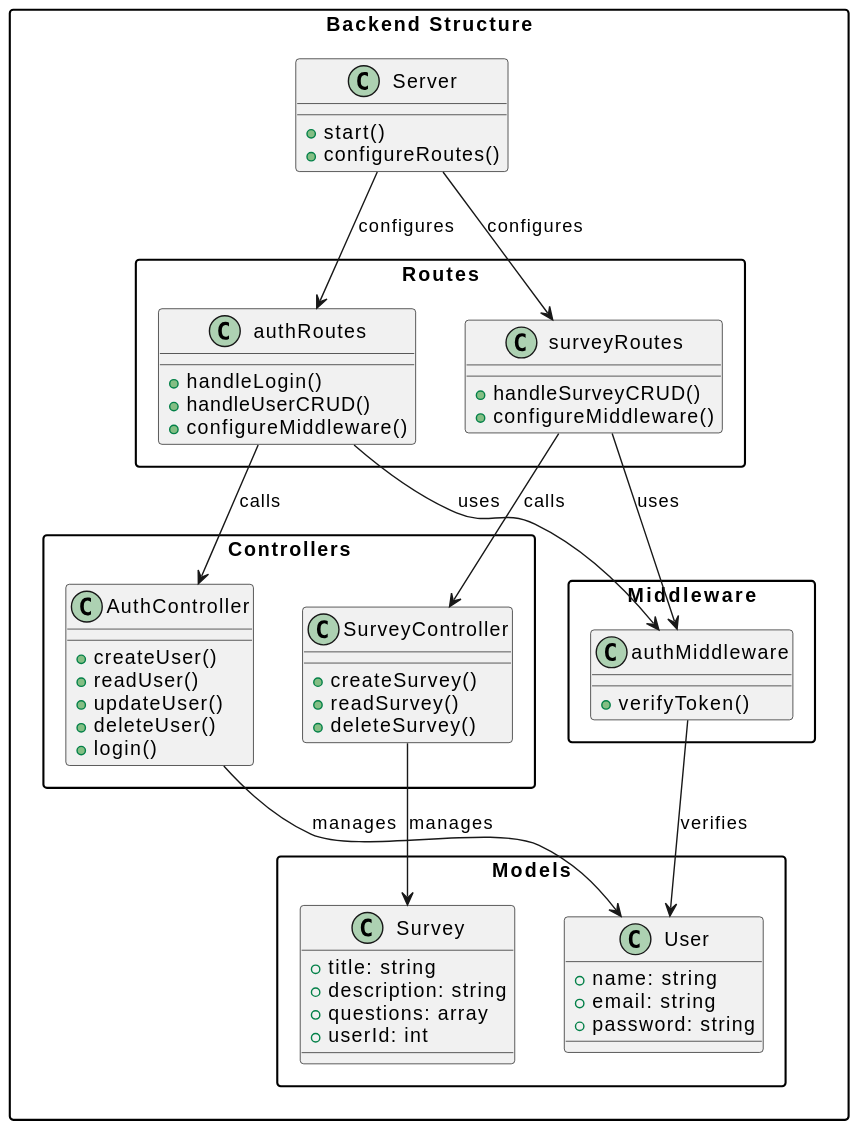
This is diagrams/SVG/backendDiagram.svg from AlejaandroRubio/sistema_de_calidad_docente, a PlantUML export, as it was before one commit.
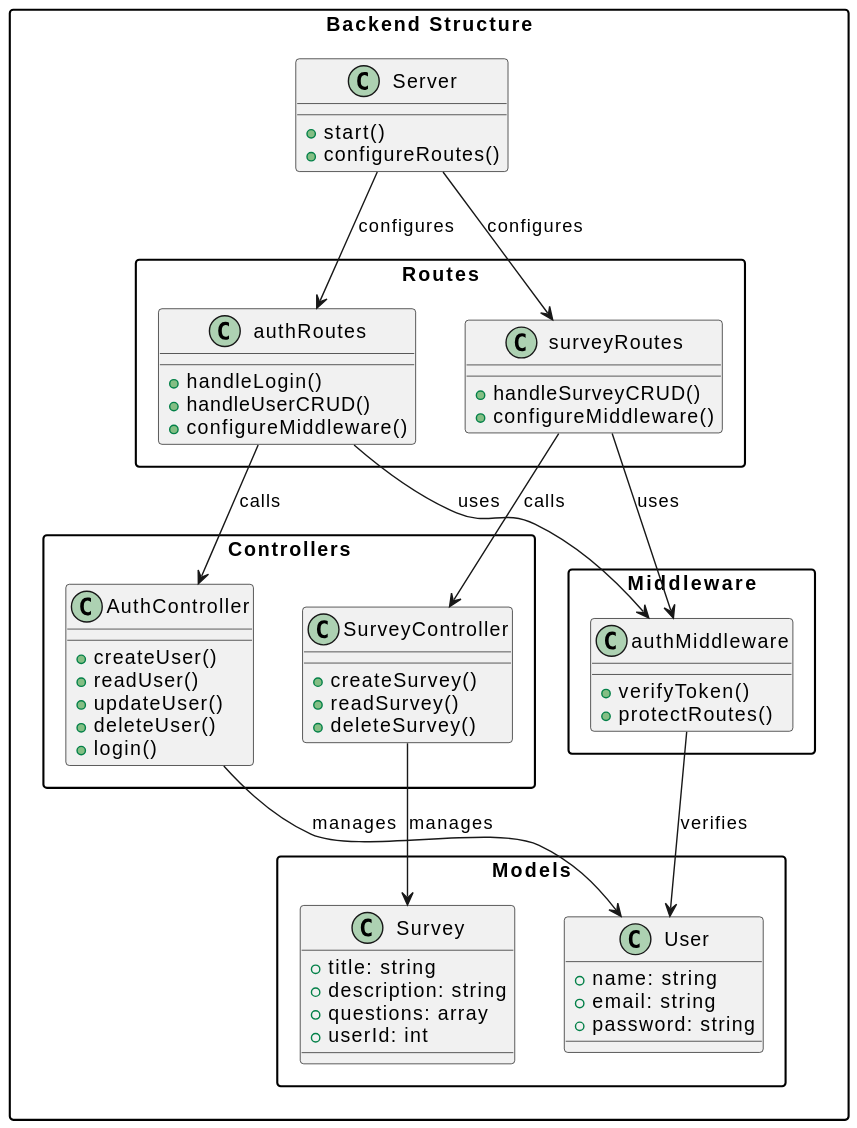
Later version of the same file.

Commit message:
Cambios de SVGs

What changed in the source:
```diff
@@ -20,6 +20,7 @@
     package "Middleware" {
         class authMiddleware {
             + verifyToken()
+            + protectRoutes()
         }
     }
 
```
